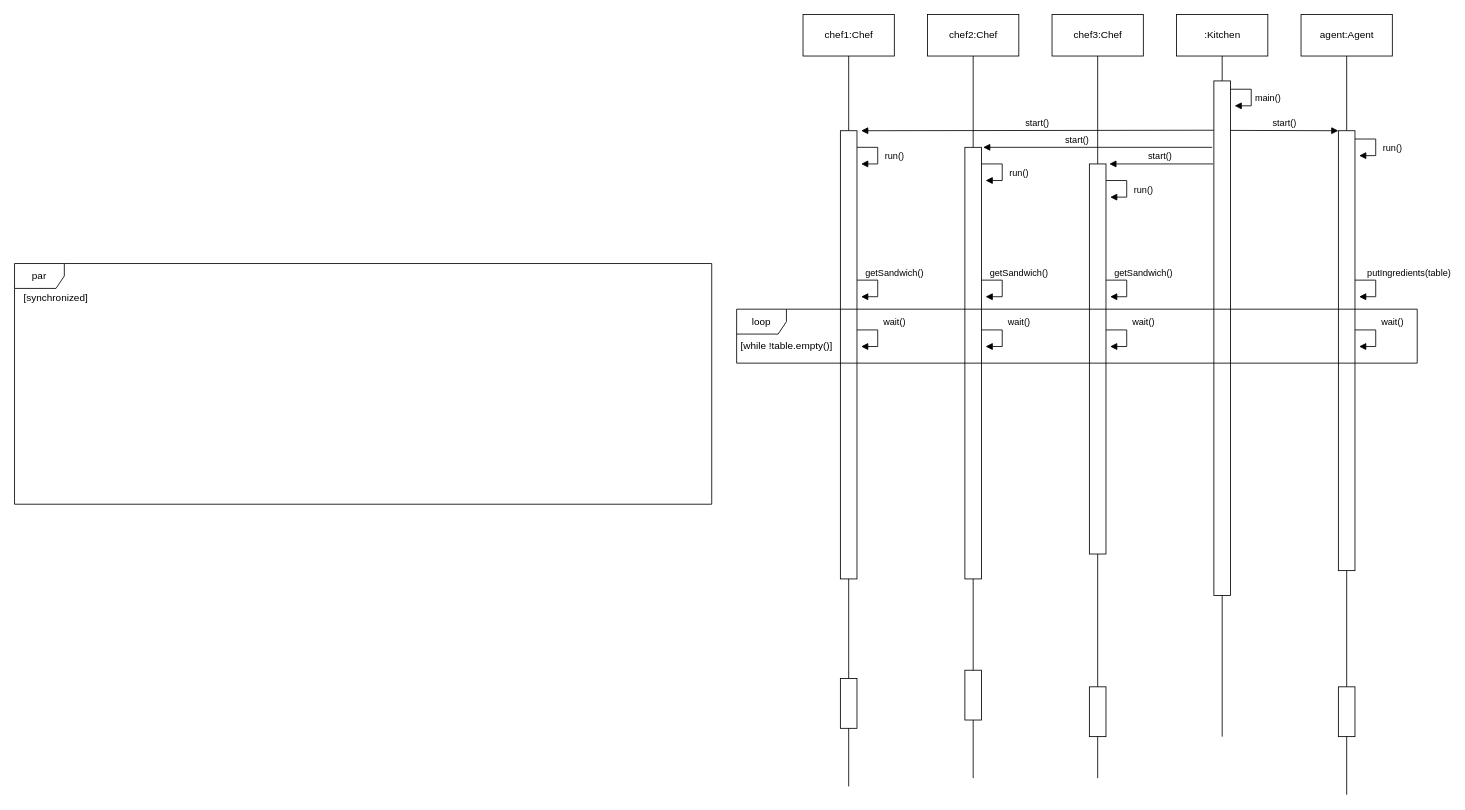
Earlier version of the draw.io diagram page "sequence" (2 of 2) of UML.drawio (trong0dn/sandwich-problem). Source tidied: cells renumbered, new cells numbered last; positions are measured from the earlier drawing's top-left corner, leaving out a move shared by most shapes. Both pictures are drawn from the tidied source at 83%, with x=0, y=0 at pixel (14, 14).
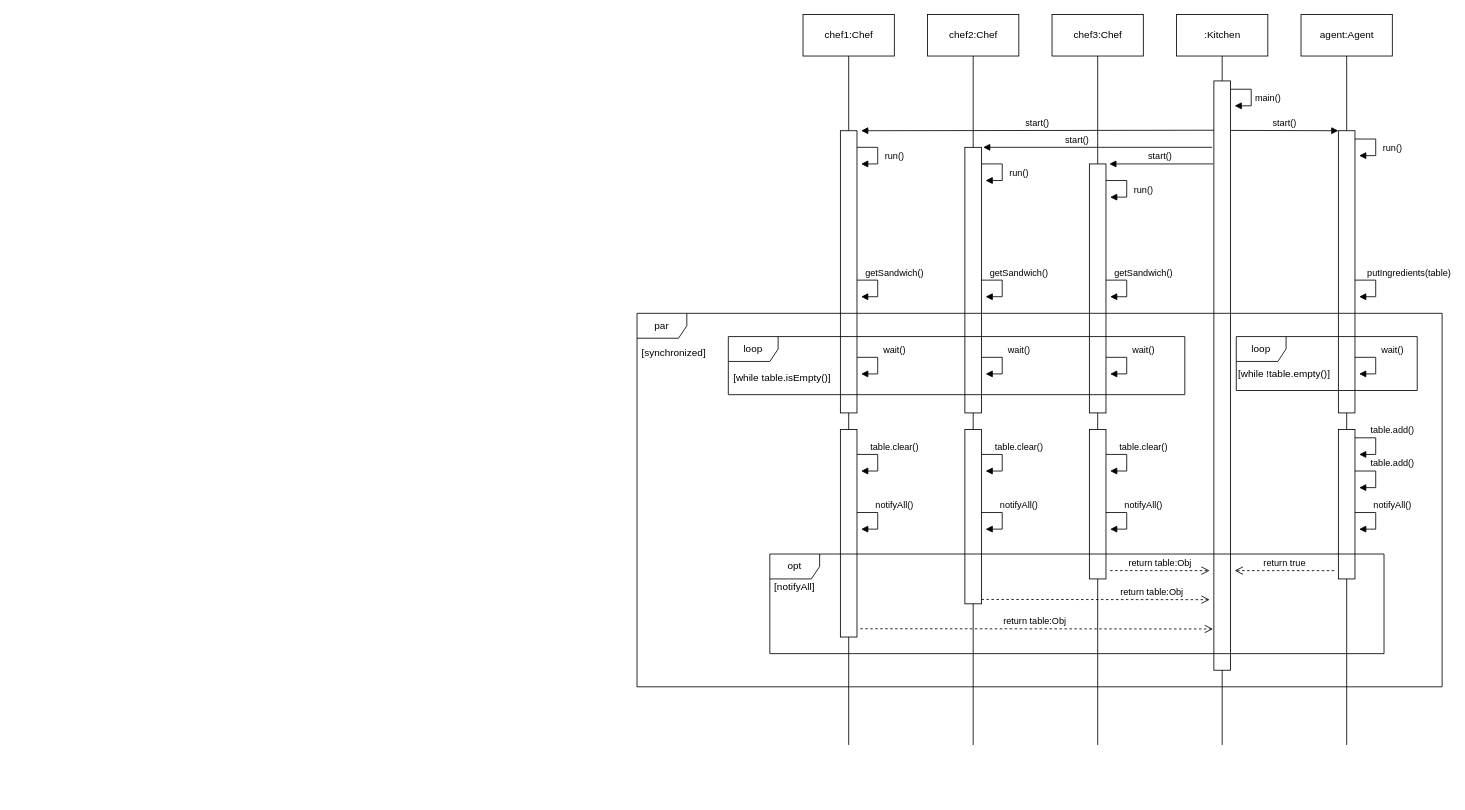
The same page after the edit.

What changed in the source:
```diff
@@
     <mxCell id="4" style="rounded=0;whiteSpace=wrap;html=1;" parent="1" vertex="1">
-      <mxGeometry x="1595" y="140" width="20" height="530" as="geometry" />
+      <mxGeometry x="1595" y="140" width="20" height="340" as="geometry" />
     </mxCell>
     <mxCell id="5" style="rounded=0;whiteSpace=wrap;html=1;" parent="1" vertex="1">
-      <mxGeometry x="1595" y="810" width="20" height="60" as="geometry" />
+      <mxGeometry x="1595" y="500" width="20" height="180" as="geometry" />
     </mxCell>
@@
     <mxCell id="7" style="endArrow=none;html=1;rounded=0;" parent="1" edge="1" target="5">
       <mxGeometry relative="1" as="geometry">
-        <mxPoint x="1605" y="940" as="sourcePoint" />
+        <mxPoint x="1605" y="880" as="sourcePoint" />
       </mxGeometry>
     </mxCell>
@@
     <mxCell id="10" style="rounded=0;whiteSpace=wrap;html=1;" parent="1" vertex="1">
-      <mxGeometry x="995" y="140" width="20" height="540" as="geometry" />
+      <mxGeometry x="995" y="140" width="20" height="340" as="geometry" />
     </mxCell>
     <mxCell id="11" style="rounded=0;whiteSpace=wrap;html=1;" parent="1" vertex="1">
-      <mxGeometry x="995" y="800" width="20" height="60" as="geometry" />
+      <mxGeometry x="995" y="500" width="20" height="250" as="geometry" />
     </mxCell>
@@
     <mxCell id="13" style="endArrow=none;html=1;rounded=0;" parent="1" edge="1" target="11">
       <mxGeometry relative="1" as="geometry">
-        <mxPoint x="1005" y="930" as="sourcePoint" />
+        <mxPoint x="1005" y="880" as="sourcePoint" />
       </mxGeometry>
     </mxCell>
@@
     <mxCell id="16" style="rounded=0;whiteSpace=wrap;html=1;" parent="1" vertex="1">
-      <mxGeometry x="1145" y="160" width="20" height="520" as="geometry" />
+      <mxGeometry x="1145" y="160" width="20" height="320" as="geometry" />
     </mxCell>
     <mxCell id="17" style="rounded=0;whiteSpace=wrap;html=1;" parent="1" vertex="1">
-      <mxGeometry x="1145" y="790" width="20" height="60" as="geometry" />
+      <mxGeometry x="1145" y="500" width="20" height="210" as="geometry" />
     </mxCell>
@@
     <mxCell id="19" style="endArrow=none;html=1;rounded=0;" parent="1" edge="1" target="17">
       <mxGeometry relative="1" as="geometry">
-        <mxPoint x="1155" y="920" as="sourcePoint" />
+        <mxPoint x="1155" y="880" as="sourcePoint" />
       </mxGeometry>
     </mxCell>
@@
     <mxCell id="22" style="rounded=0;whiteSpace=wrap;html=1;" parent="1" vertex="1">
-      <mxGeometry x="1295" y="180" width="20" height="470" as="geometry" />
+      <mxGeometry x="1295" y="180" width="20" height="300" as="geometry" />
     </mxCell>
     <mxCell id="23" style="rounded=0;whiteSpace=wrap;html=1;" parent="1" vertex="1">
-      <mxGeometry x="1295" y="810" width="20" height="60" as="geometry" />
+      <mxGeometry x="1295" y="500" width="20" height="180" as="geometry" />
     </mxCell>
@@
     <mxCell id="25" style="endArrow=none;html=1;rounded=0;" parent="1" edge="1" target="23">
       <mxGeometry relative="1" as="geometry">
-        <mxPoint x="1305" y="920" as="sourcePoint" />
+        <mxPoint x="1305" y="880" as="sourcePoint" />
       </mxGeometry>
     </mxCell>
@@
     <mxCell id="28" style="rounded=0;whiteSpace=wrap;html=1;" parent="1" vertex="1">
-      <mxGeometry x="1445" y="80" width="20" height="620" as="geometry" />
+      <mxGeometry x="1445" y="80" width="20" height="710" as="geometry" />
     </mxCell>
     <mxCell id="29" style="endArrow=none;html=1;rounded=0;" parent="1" edge="1" target="28">
       <mxGeometry relative="1" as="geometry">
-        <mxPoint x="1455" y="870" as="sourcePoint" />
+        <mxPoint x="1455" y="880" as="sourcePoint" />
       </mxGeometry>
     </mxCell>
@@
     <mxCell id="43" style="group;" parent="1" vertex="1">
-      <mxGeometry y="300" width="840" height="290" as="geometry" />
+      <mxGeometry x="750" y="360" width="970" height="450" as="geometry" />
     </mxCell>
     <mxCell id="44" value="par" style="shape=umlFrame;whiteSpace=wrap;html=1;" parent="43" vertex="1">
-      <mxGeometry width="840" height="290" as="geometry" />
+      <mxGeometry width="970" height="450" as="geometry" />
     </mxCell>
     <mxCell id="45" value="[synchronized]" style="text;html=1;strokeColor=none;fillColor=none;align=center;verticalAlign=middle;whiteSpace=wrap;rounded=0;" parent="43" vertex="1">
-      <mxGeometry x="20" y="30" width="60" height="23.3" as="geometry" />
+      <mxGeometry x="10" y="30" width="69.3" height="36.2" as="geometry" />
     </mxCell>
     <mxCell id="46" value="wait()" style="html=1;verticalAlign=bottom;endArrow=block;rounded=0;" parent="1" edge="1">
       <mxGeometry x="-0.23" y="20" relative="1" as="geometry">
-        <mxPoint x="1015" y="380" as="sourcePoint" />
-        <mxPoint x="1020" y="400" as="targetPoint" />
+        <mxPoint x="1015" y="413" as="sourcePoint" />
+        <mxPoint x="1020" y="433" as="targetPoint" />
         <Array as="points">
-          <mxPoint x="1040" y="380" />
-          <mxPoint x="1040" y="400" />
+          <mxPoint x="1040" y="413" />
+          <mxPoint x="1040" y="433" />
         </Array>
       </mxGeometry>
     </mxCell>
     <mxCell id="47" value="wait()" style="html=1;verticalAlign=bottom;endArrow=block;rounded=0;" parent="1" edge="1">
       <mxGeometry x="-0.23" y="20" relative="1" as="geometry">
-        <mxPoint x="1165" y="380" as="sourcePoint" />
-        <mxPoint x="1170" y="400" as="targetPoint" />
+        <mxPoint x="1165" y="413" as="sourcePoint" />
+        <mxPoint x="1170" y="433" as="targetPoint" />
         <Array as="points">
-          <mxPoint x="1190" y="380" />
-          <mxPoint x="1190" y="400" />
+          <mxPoint x="1190" y="413" />
+          <mxPoint x="1190" y="433" />
         </Array>
       </mxGeometry>
     </mxCell>
     <mxCell id="48" value="wait()" style="html=1;verticalAlign=bottom;endArrow=block;rounded=0;" parent="1" edge="1">
       <mxGeometry x="-0.23" y="20" relative="1" as="geometry">
-        <mxPoint x="1315" y="380" as="sourcePoint" />
-        <mxPoint x="1320" y="400" as="targetPoint" />
+        <mxPoint x="1315" y="413" as="sourcePoint" />
+        <mxPoint x="1320" y="433" as="targetPoint" />
         <Array as="points">
-          <mxPoint x="1340" y="380" />
-          <mxPoint x="1340" y="400" />
+          <mxPoint x="1340" y="413" />
+          <mxPoint x="1340" y="433" />
         </Array>
       </mxGeometry>
     </mxCell>
     <mxCell id="49" value="wait()" style="html=1;verticalAlign=bottom;endArrow=block;rounded=0;" parent="1" edge="1">
       <mxGeometry x="-0.23" y="20" relative="1" as="geometry">
-        <mxPoint x="1615" y="380" as="sourcePoint" />
-        <mxPoint x="1620" y="400" as="targetPoint" />
+        <mxPoint x="1615" y="413" as="sourcePoint" />
+        <mxPoint x="1620" y="433" as="targetPoint" />
         <Array as="points">
-          <mxPoint x="1640" y="380" />
-          <mxPoint x="1640" y="400" />
+          <mxPoint x="1640" y="413" />
+          <mxPoint x="1640" y="433" />
         </Array>
       </mxGeometry>
     </mxCell>
     <mxCell id="50" style="group;" parent="1" vertex="1">
-      <mxGeometry x="900" y="355" width="790" height="65" as="geometry" />
+      <mxGeometry x="1480" y="388" width="210" height="65" as="geometry" />
     </mxCell>
     <mxCell id="51" value="loop" style="shape=umlFrame;whiteSpace=wrap;html=1;" parent="50" vertex="1">
-      <mxGeometry x="-30" width="820" height="65" as="geometry" />
+      <mxGeometry x="-8" width="218" height="65" as="geometry" />
     </mxCell>
     <mxCell id="52" value="[while !table.empty()]" style="text;html=1;strokeColor=none;fillColor=none;align=center;verticalAlign=middle;whiteSpace=wrap;rounded=0;" parent="50" vertex="1">
-      <mxGeometry x="-30" y="35" width="121.2" height="20.2" as="geometry" />
+      <mxGeometry x="-20" y="35" width="140" height="20.2" as="geometry" />
     </mxCell>
+    <mxCell id="53" value="loop" style="shape=umlFrame;whiteSpace=wrap;html=1;" parent="1" vertex="1">
+      <mxGeometry x="860" y="388" width="550" height="70" as="geometry" />
+    </mxCell>
+    <mxCell id="54" value="[while table.isEmpty()]" style="text;html=1;strokeColor=none;fillColor=none;align=center;verticalAlign=middle;whiteSpace=wrap;rounded=0;" parent="1" vertex="1">
+      <mxGeometry x="860" y="423" width="130" height="30" as="geometry" />
+    </mxCell>
+    <mxCell id="55" value="table.clear()" style="html=1;verticalAlign=bottom;endArrow=block;rounded=0;" parent="1" edge="1">
+      <mxGeometry x="-0.23" y="20" relative="1" as="geometry">
+        <mxPoint x="1015" y="530" as="sourcePoint" />
+        <mxPoint x="1020" y="550" as="targetPoint" />
+        <Array as="points">
+          <mxPoint x="1040" y="530" />
+          <mxPoint x="1040" y="550" />
+        </Array>
+      </mxGeometry>
+    </mxCell>
+    <mxCell id="56" value="opt" style="shape=umlFrame;whiteSpace=wrap;html=1;" parent="1" vertex="1">
+      <mxGeometry x="910" y="650" width="740" height="120" as="geometry" />
+    </mxCell>
+    <mxCell id="57" value="[notifyAll]" style="text;html=1;strokeColor=none;fillColor=none;align=center;verticalAlign=middle;whiteSpace=wrap;rounded=0;" parent="1" vertex="1">
+      <mxGeometry x="910" y="680" width="60" height="20" as="geometry" />
+    </mxCell>
+    <mxCell id="58" value="table.clear()" style="html=1;verticalAlign=bottom;endArrow=block;rounded=0;" parent="1" edge="1">
+      <mxGeometry x="-0.23" y="20" relative="1" as="geometry">
+        <mxPoint x="1165" y="530" as="sourcePoint" />
+        <mxPoint x="1170" y="550" as="targetPoint" />
+        <Array as="points">
+          <mxPoint x="1190" y="530" />
+          <mxPoint x="1190" y="550" />
+        </Array>
+      </mxGeometry>
+    </mxCell>
+    <mxCell id="59" value="table.clear()" style="html=1;verticalAlign=bottom;endArrow=block;rounded=0;" parent="1" edge="1">
+      <mxGeometry x="-0.23" y="20" relative="1" as="geometry">
+        <mxPoint x="1315" y="530" as="sourcePoint" />
+        <mxPoint x="1320" y="550" as="targetPoint" />
+        <Array as="points">
+          <mxPoint x="1340" y="530" />
+          <mxPoint x="1340" y="550" />
+        </Array>
+      </mxGeometry>
+    </mxCell>
+    <mxCell id="60" value="notifyAll()" style="html=1;verticalAlign=bottom;endArrow=block;rounded=0;" parent="1" edge="1">
+      <mxGeometry x="-0.23" y="20" relative="1" as="geometry">
+        <mxPoint x="1015" y="600" as="sourcePoint" />
+        <mxPoint x="1020" y="620" as="targetPoint" />
+        <Array as="points">
+          <mxPoint x="1040" y="600" />
+          <mxPoint x="1040" y="620" />
+        </Array>
+      </mxGeometry>
+    </mxCell>
+    <mxCell id="61" value="notifyAll()" style="html=1;verticalAlign=bottom;endArrow=block;rounded=0;" parent="1" edge="1">
+      <mxGeometry x="-0.23" y="20" relative="1" as="geometry">
+        <mxPoint x="1165" y="600" as="sourcePoint" />
+        <mxPoint x="1170" y="620" as="targetPoint" />
+        <Array as="points">
+          <mxPoint x="1190" y="600" />
+          <mxPoint x="1190" y="620" />
+        </Array>
+      </mxGeometry>
+    </mxCell>
+    <mxCell id="62" value="notifyAll()" style="html=1;verticalAlign=bottom;endArrow=block;rounded=0;" parent="1" edge="1">
+      <mxGeometry x="-0.23" y="20" relative="1" as="geometry">
+        <mxPoint x="1315" y="600" as="sourcePoint" />
+        <mxPoint x="1320" y="620" as="targetPoint" />
+        <Array as="points">
+          <mxPoint x="1340" y="600" />
+          <mxPoint x="1340" y="620" />
+        </Array>
+      </mxGeometry>
+    </mxCell>
+    <mxCell id="63" value="table.add()" style="html=1;verticalAlign=bottom;endArrow=block;rounded=0;" parent="1" edge="1">
+      <mxGeometry x="-0.23" y="20" relative="1" as="geometry">
+        <mxPoint x="1615" y="510" as="sourcePoint" />
+        <mxPoint x="1620" y="530" as="targetPoint" />
+        <Array as="points">
+          <mxPoint x="1640" y="510" />
+          <mxPoint x="1640" y="530" />
+        </Array>
+      </mxGeometry>
+    </mxCell>
+    <mxCell id="64" value="table.add()" style="html=1;verticalAlign=bottom;endArrow=block;rounded=0;" parent="1" edge="1">
+      <mxGeometry x="-0.23" y="20" relative="1" as="geometry">
+        <mxPoint x="1615" y="550" as="sourcePoint" />
+        <mxPoint x="1620" y="570" as="targetPoint" />
+        <Array as="points">
+          <mxPoint x="1640" y="550" />
+          <mxPoint x="1640" y="570" />
+        </Array>
+      </mxGeometry>
+    </mxCell>
+    <mxCell id="65" value="notifyAll()" style="html=1;verticalAlign=bottom;endArrow=block;rounded=0;" parent="1" edge="1">
+      <mxGeometry x="-0.23" y="20" relative="1" as="geometry">
+        <mxPoint x="1615" y="600" as="sourcePoint" />
+        <mxPoint x="1620" y="620" as="targetPoint" />
+        <Array as="points">
+          <mxPoint x="1640" y="600" />
+          <mxPoint x="1640" y="620" />
+        </Array>
+      </mxGeometry>
+    </mxCell>
+    <mxCell id="66" value="return table:Obj" style="html=1;verticalAlign=bottom;endArrow=open;dashed=1;endSize=8;rounded=0;" parent="1" edge="1">
+      <mxGeometry relative="1" as="geometry">
+        <mxPoint x="1320" y="670" as="sourcePoint" />
+        <mxPoint x="1440" y="670" as="targetPoint" />
+      </mxGeometry>
+    </mxCell>
+    <mxCell id="67" value="return true" style="html=1;verticalAlign=bottom;endArrow=open;dashed=1;endSize=8;rounded=0;" parent="1" edge="1">
+      <mxGeometry relative="1" as="geometry">
+        <mxPoint x="1590" y="670" as="sourcePoint" />
+        <mxPoint x="1470" y="670" as="targetPoint" />
+      </mxGeometry>
+    </mxCell>
+    <mxCell id="68" value="return table:Obj" style="html=1;verticalAlign=bottom;endArrow=open;dashed=1;endSize=8;rounded=0;" parent="1" edge="1">
+      <mxGeometry x="0.49" relative="1" as="geometry">
+        <mxPoint x="1165" y="704.7" as="sourcePoint" />
+        <mxPoint x="1440" y="705" as="targetPoint" />
+      </mxGeometry>
+    </mxCell>
+    <mxCell id="69" value="return table:Obj" style="html=1;verticalAlign=bottom;endArrow=open;dashed=1;endSize=8;rounded=0;" parent="1" edge="1">
+      <mxGeometry x="-0.01" relative="1" as="geometry">
+        <mxPoint x="1019" y="740" as="sourcePoint" />
+        <mxPoint x="1444" y="740.3" as="targetPoint" />
+      </mxGeometry>
+    </mxCell>
```
